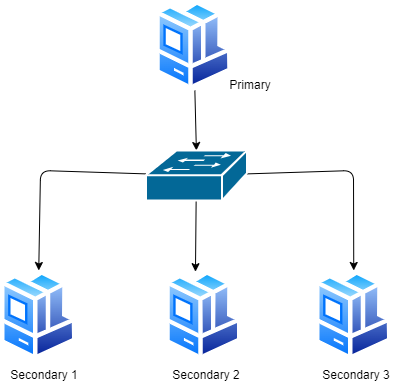
The draw.io diagram .architecture.drawio.png in gabrielrih/setrem-parallel-programming, before a commit. Source tidied: cells renumbered, new cells last; positions are measured from the earlier drawing's top-left corner, leaving out a move shared by most shapes. The source it was exported from:
```xml
<mxGraphModel>
  <root>
    <mxCell id="0" />
    <mxCell id="1" parent="0" />
    <mxCell id="2" style="edgeStyle=none;html=1;entryX=0.5;entryY=0;entryDx=0;entryDy=0;entryPerimeter=0;" parent="1" edge="1" source="3" target="10">
      <mxGeometry relative="1" as="geometry" />
    </mxCell>
    <mxCell id="3" style="perimeter=ellipsePerimeter;html=1;align=center;shadow=0;dashed=0;spacingTop=3;image;image=img/lib/active_directory/workstation_client.svg;" parent="1" vertex="1">
      <mxGeometry x="155.2" width="76.5" height="90" as="geometry" />
    </mxCell>
    <mxCell id="4" style="perimeter=ellipsePerimeter;html=1;align=center;shadow=0;dashed=0;spacingTop=3;image;image=img/lib/active_directory/workstation_client.svg;" parent="1" vertex="1">
      <mxGeometry y="270" width="76.5" height="90" as="geometry" />
    </mxCell>
    <mxCell id="5" style="perimeter=ellipsePerimeter;html=1;align=center;shadow=0;dashed=0;spacingTop=3;image;image=img/lib/active_directory/workstation_client.svg;" parent="1" vertex="1">
      <mxGeometry x="165.1" y="270" width="76.5" height="90" as="geometry" />
    </mxCell>
    <mxCell id="6" style="perimeter=ellipsePerimeter;html=1;align=center;shadow=0;dashed=0;spacingTop=3;image;image=img/lib/active_directory/workstation_client.svg;" parent="1" vertex="1">
      <mxGeometry x="315" y="270" width="76.5" height="90" as="geometry" />
    </mxCell>
    <mxCell id="7" style="edgeStyle=none;html=1;entryX=0.5;entryY=0;entryDx=0;entryDy=0;" parent="1" edge="1" source="10" target="4">
      <mxGeometry relative="1" as="geometry">
        <Array as="points">
          <mxPoint x="40" y="170" />
        </Array>
      </mxGeometry>
    </mxCell>
    <mxCell id="8" style="edgeStyle=none;html=1;entryX=0.39;entryY=0.013;entryDx=0;entryDy=0;entryPerimeter=0;" parent="1" edge="1" source="10" target="5">
      <mxGeometry relative="1" as="geometry" />
    </mxCell>
    <mxCell id="9" style="edgeStyle=none;html=1;entryX=0.5;entryY=0;entryDx=0;entryDy=0;" parent="1" edge="1" source="10" target="6">
      <mxGeometry relative="1" as="geometry">
        <Array as="points">
          <mxPoint x="353" y="170" />
        </Array>
      </mxGeometry>
    </mxCell>
    <mxCell id="10" style="shape=mxgraph.cisco.switches.workgroup_switch;sketch=0;html=1;dashed=0;fillColor=#036897;strokeColor=#ffffff;strokeWidth=2;verticalLabelPosition=bottom;verticalAlign=top;align=center;outlineConnect=0;" parent="1" vertex="1">
      <mxGeometry x="145.4" y="150" width="101" height="50" as="geometry" />
    </mxCell>
    <mxCell id="11" value="Primary" style="text;html=1;strokeColor=none;fillColor=none;align=center;verticalAlign=middle;whiteSpace=wrap;rounded=0;" parent="1" vertex="1">
      <mxGeometry x="220" y="70" width="60" height="30" as="geometry" />
    </mxCell>
    <mxCell id="12" value="Secondary 1" style="text;html=1;strokeColor=none;fillColor=none;align=center;verticalAlign=middle;whiteSpace=wrap;rounded=0;" parent="1" vertex="1">
      <mxGeometry x="8.2" y="360" width="71.8" height="30" as="geometry" />
    </mxCell>
    <mxCell id="13" value="Secondary 2" style="text;html=1;strokeColor=none;fillColor=none;align=center;verticalAlign=middle;whiteSpace=wrap;rounded=0;" parent="1" vertex="1">
      <mxGeometry x="169.9" y="360" width="71.8" height="30" as="geometry" />
    </mxCell>
    <mxCell id="14" value="Secondary 3" style="text;html=1;strokeColor=none;fillColor=none;align=center;verticalAlign=middle;whiteSpace=wrap;rounded=0;" parent="1" vertex="1">
      <mxGeometry x="319.8" y="360" width="71.8" height="30" as="geometry" />
    </mxCell>
  </root>
</mxGraphModel>
```
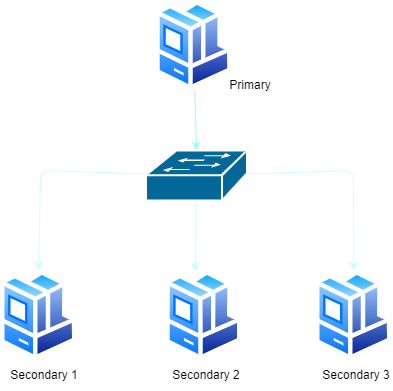
Above is the later version.

What changed in the source:
```diff
@@ -2,7 +2,7 @@
   <root>
     <mxCell id="0" />
     <mxCell id="1" parent="0" />
-    <mxCell id="2" style="edgeStyle=none;html=1;entryX=0.5;entryY=0;entryDx=0;entryDy=0;entryPerimeter=0;" parent="1" edge="1" source="3" target="10">
+    <mxCell id="2" style="edgeStyle=none;html=1;entryX=0.5;entryY=0;entryDx=0;entryDy=0;entryPerimeter=0;strokeColor=#99FFFF;" parent="1" edge="1" source="3" target="10">
       <mxGeometry relative="1" as="geometry" />
     </mxCell>
     <mxCell id="3" style="perimeter=ellipsePerimeter;html=1;align=center;shadow=0;dashed=0;spacingTop=3;image;image=img/lib/active_directory/workstation_client.svg;" parent="1" vertex="1">
@@ -17,17 +17,17 @@
     <mxCell id="6" style="perimeter=ellipsePerimeter;html=1;align=center;shadow=0;dashed=0;spacingTop=3;image;image=img/lib/active_directory/workstation_client.svg;" parent="1" vertex="1">
       <mxGeometry x="315" y="270" width="76.5" height="90" as="geometry" />
     </mxCell>
-    <mxCell id="7" style="edgeStyle=none;html=1;entryX=0.5;entryY=0;entryDx=0;entryDy=0;" parent="1" edge="1" source="10" target="4">
+    <mxCell id="7" style="edgeStyle=none;html=1;entryX=0.5;entryY=0;entryDx=0;entryDy=0;strokeColor=#CCFFFF;" parent="1" edge="1" source="10" target="4">
       <mxGeometry relative="1" as="geometry">
         <Array as="points">
           <mxPoint x="40" y="170" />
         </Array>
       </mxGeometry>
     </mxCell>
-    <mxCell id="8" style="edgeStyle=none;html=1;entryX=0.39;entryY=0.013;entryDx=0;entryDy=0;entryPerimeter=0;" parent="1" edge="1" source="10" target="5">
+    <mxCell id="8" style="edgeStyle=none;html=1;entryX=0.39;entryY=0.013;entryDx=0;entryDy=0;entryPerimeter=0;strokeColor=#CCFFFF;" parent="1" edge="1" source="10" target="5">
       <mxGeometry relative="1" as="geometry" />
     </mxCell>
-    <mxCell id="9" style="edgeStyle=none;html=1;entryX=0.5;entryY=0;entryDx=0;entryDy=0;" parent="1" edge="1" source="10" target="6">
+    <mxCell id="9" style="edgeStyle=none;html=1;entryX=0.5;entryY=0;entryDx=0;entryDy=0;strokeColor=#CCFFFF;" parent="1" edge="1" source="10" target="6">
       <mxGeometry relative="1" as="geometry">
         <Array as="points">
           <mxPoint x="353" y="170" />
```
